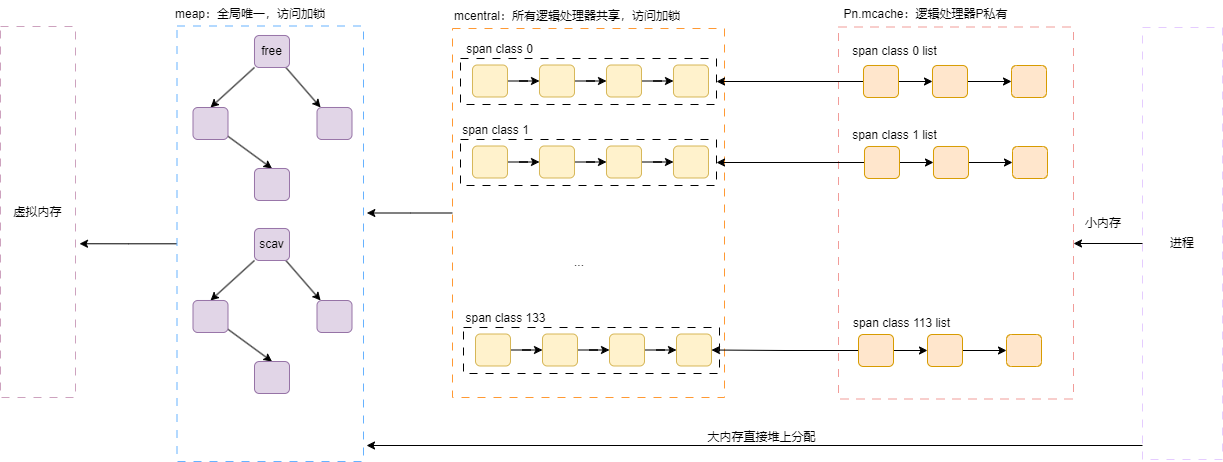
Earlier version of the draw.io export go/golang内存分配模型.png (xmopen/drawio). Source tidied: cells renumbered, new cells last; positions are measured from the earlier drawing's top-left corner, leaving out a move shared by most shapes.
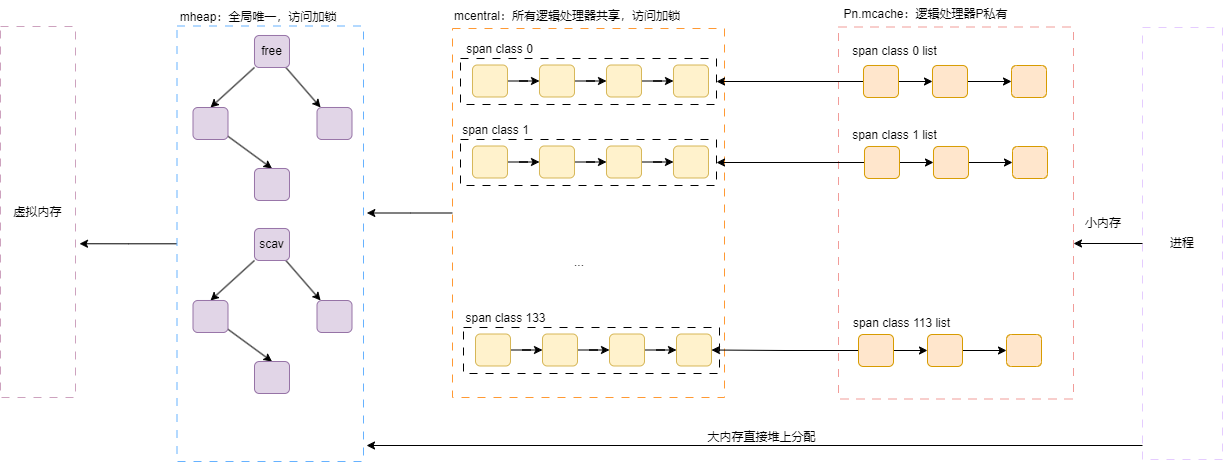
After the change.

Commit message:
更新golang内存分配模型.png

What changed in the source:
```diff
@@ -55,9 +55,6 @@
     <mxCell id="18" style="rounded=1;whiteSpace=wrap;html=1;fillColor=#e1d5e7;strokeColor=#9673a6;" parent="1" vertex="1">
       <mxGeometry x="254" y="361" width="35" height="32" as="geometry" />
     </mxCell>
-    <mxCell id="19" value="meap：全局唯一，访问加锁" style="text;html=1;strokeColor=none;fillColor=none;align=center;verticalAlign=middle;whiteSpace=wrap;rounded=0;" parent="1" vertex="1">
-      <mxGeometry x="171" y="5.5" width="158" height="16" as="geometry" />
-    </mxCell>
     <mxCell id="20" style="edgeStyle=orthogonalEdgeStyle;rounded=0;jettySize=auto;html=1;" parent="1" edge="1" source="21">
       <mxGeometry relative="1" as="geometry">
         <mxPoint x="366.3" y="212.5" as="targetPoint" />
@@ -240,5 +237,8 @@
     <mxCell id="78" value="小内存" style="text;html=1;strokeColor=none;fillColor=none;align=center;verticalAlign=middle;whiteSpace=wrap;rounded=0;" parent="1" vertex="1">
       <mxGeometry x="1073" y="208" width="60" height="30" as="geometry" />
     </mxCell>
+    <mxCell id="79" value="mheap：全局唯一，访问加锁" style="text;html=1;strokeColor=none;fillColor=none;align=center;verticalAlign=middle;whiteSpace=wrap;rounded=0;" parent="1" vertex="1">
+      <mxGeometry x="176.5" y="5" width="162" height="23" as="geometry" />
+    </mxCell>
   </root>
 </mxGraphModel>
```
